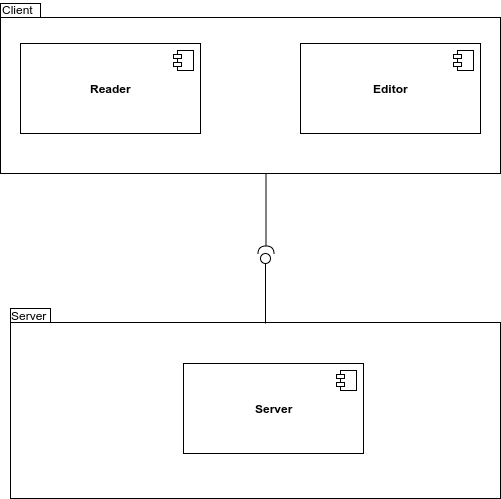
The draw.io diagram exercise1/docs/component-diagram.png in meandor/vs2017, before a commit. Source tidied: cells renumbered, new cells last; positions are measured from the earlier drawing's top-left corner, leaving out a move shared by most shapes. Source of this version:
```xml
<mxGraphModel background="#ffffff">
  <root>
    <mxCell id="0" />
    <mxCell id="1" parent="0" />
    <mxCell id="2" value="package" style="shape=folder;fontStyle=1;spacingTop=10;tabWidth=40;tabHeight=14;tabPosition=left;html=1;" parent="1" vertex="1">
      <mxGeometry x="10" y="308" width="490" height="190" as="geometry" />
    </mxCell>
    <mxCell id="3" style="shape=folder;fontStyle=1;spacingTop=10;tabWidth=40;tabHeight=14;tabPosition=left;html=1;" parent="1" vertex="1">
      <mxGeometry y="3" width="500" height="170" as="geometry" />
    </mxCell>
    <mxCell id="4" value="&lt;b&gt;Reader&lt;/b&gt;" style="html=1;" parent="1" vertex="1">
      <mxGeometry x="20" y="43" width="180" height="90" as="geometry" />
    </mxCell>
    <mxCell id="5" style="shape=component;jettyWidth=8;jettyHeight=4;" parent="4" vertex="1">
      <mxGeometry x="1" width="20" height="20" relative="1" as="geometry">
        <mxPoint x="-27" y="7" as="offset" />
      </mxGeometry>
    </mxCell>
    <mxCell id="6" value="&lt;b&gt;Editor&lt;/b&gt;" style="html=1;" parent="1" vertex="1">
      <mxGeometry x="300" y="43" width="180" height="90" as="geometry" />
    </mxCell>
    <mxCell id="7" style="shape=component;jettyWidth=8;jettyHeight=4;" parent="6" vertex="1">
      <mxGeometry x="1" width="20" height="20" relative="1" as="geometry">
        <mxPoint x="-27" y="7" as="offset" />
      </mxGeometry>
    </mxCell>
    <mxCell id="8" value="&lt;b&gt;Server&lt;/b&gt;" style="html=1;" parent="1" vertex="1">
      <mxGeometry x="183" y="363" width="180" height="90" as="geometry" />
    </mxCell>
    <mxCell id="9" style="shape=component;jettyWidth=8;jettyHeight=4;" parent="8" vertex="1">
      <mxGeometry x="1" width="20" height="20" relative="1" as="geometry">
        <mxPoint x="-27" y="7" as="offset" />
      </mxGeometry>
    </mxCell>
    <mxCell id="10" style="shape=lollipop;direction=south;html=1;rotation=-90;" parent="1" vertex="1">
      <mxGeometry x="230" y="283" width="70" height="10" as="geometry" />
    </mxCell>
    <mxCell id="11" style="shape=requires;direction=north;html=1;rotation=-90;" parent="1" vertex="1">
      <mxGeometry x="223" y="206" width="85" height="20" as="geometry" />
    </mxCell>
    <mxCell id="12" value="Client" style="text;html=1;align=left;verticalAlign=top;spacingTop=-4;" parent="1" vertex="1">
      <mxGeometry width="50" height="20" as="geometry" />
    </mxCell>
    <mxCell id="13" value="Server" style="text;html=1;align=left;verticalAlign=top;spacingTop=-4;" parent="1" vertex="1">
      <mxGeometry x="9" y="306" width="50" height="20" as="geometry" />
    </mxCell>
  </root>
</mxGraphModel>
```
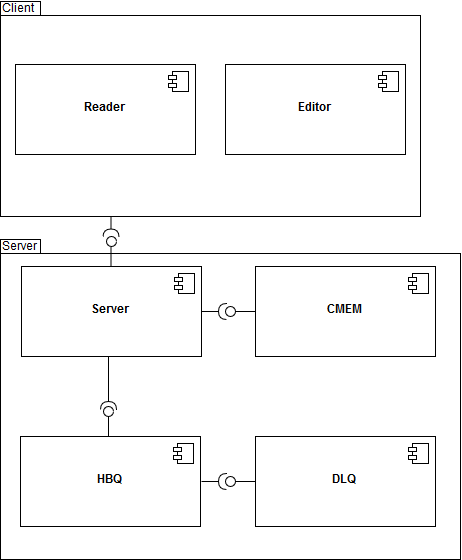
The same file after the commit.

Commit message:
Convert updated component diagram

The edit, as a diff of the source:
```diff
@@ -2,47 +2,89 @@
   <root>
     <mxCell id="0" />
     <mxCell id="1" parent="0" />
+    <mxCell id="14" style="shape=folder;fontStyle=1;spacingTop=10;tabWidth=40;tabHeight=14;tabPosition=left;html=1;" parent="1" vertex="1">
+      <mxGeometry x="-30" y="226" width="460" height="320" as="geometry" />
+    </mxCell>
-    <mxCell id="2" value="package" style="shape=folder;fontStyle=1;spacingTop=10;tabWidth=40;tabHeight=14;tabPosition=left;html=1;" parent="1" vertex="1">
-      <mxGeometry x="10" y="308" width="490" height="190" as="geometry" />
+    <mxCell id="2" style="shape=folder;fontStyle=1;spacingTop=10;tabWidth=40;tabHeight=14;tabPosition=left;html=1;" parent="1" vertex="1">
+      <mxGeometry x="-30" y="-12" width="420" height="215" as="geometry" />
     </mxCell>
+    <mxCell id="15" value="&lt;b&gt;Reader&lt;/b&gt;" style="html=1;" parent="1" vertex="1">
+      <mxGeometry x="-15" y="51" width="180" height="90" as="geometry" />
+    </mxCell>
-    <mxCell id="3" style="shape=folder;fontStyle=1;spacingTop=10;tabWidth=40;tabHeight=14;tabPosition=left;html=1;" parent="1" vertex="1">
-      <mxGeometry y="3" width="500" height="170" as="geometry" />
+    <mxCell id="3" style="shape=component;jettyWidth=8;jettyHeight=4;" parent="15" vertex="1">
+      <mxGeometry x="1" width="20" height="20" relative="1" as="geometry">
+        <mxPoint x="-27" y="7" as="offset" />
+      </mxGeometry>
     </mxCell>
+    <mxCell id="16" value="&lt;b&gt;Editor&lt;/b&gt;" style="html=1;" parent="1" vertex="1">
+      <mxGeometry x="195" y="51" width="180" height="90" as="geometry" />
+    </mxCell>
-    <mxCell id="4" value="&lt;b&gt;Reader&lt;/b&gt;" style="html=1;" parent="1" vertex="1">
-      <mxGeometry x="20" y="43" width="180" height="90" as="geometry" />
+    <mxCell id="4" style="shape=component;jettyWidth=8;jettyHeight=4;" parent="16" vertex="1">
+      <mxGeometry x="1" width="20" height="20" relative="1" as="geometry">
+        <mxPoint x="-27" y="7" as="offset" />
+      </mxGeometry>
     </mxCell>
-    <mxCell id="5" style="shape=component;jettyWidth=8;jettyHeight=4;" parent="4" vertex="1">
-      <mxGeometry x="1" width="20" height="20" relative="1" as="geometry">
-        <mxPoint x="-27" y="7" as="offset" />
-      </mxGeometry>
-    </mxCell>
-    <mxCell id="6" value="&lt;b&gt;Editor&lt;/b&gt;" style="html=1;" parent="1" vertex="1">
-      <mxGeometry x="300" y="43" width="180" height="90" as="geometry" />
-    </mxCell>
-    <mxCell id="7" style="shape=component;jettyWidth=8;jettyHeight=4;" parent="6" vertex="1">
-      <mxGeometry x="1" width="20" height="20" relative="1" as="geometry">
-        <mxPoint x="-27" y="7" as="offset" />
-      </mxGeometry>
+    <mxCell id="7" value="&lt;b&gt;CMEM&lt;/b&gt;" style="html=1;" parent="1" vertex="1">
+      <mxGeometry x="225" y="253" width="180" height="90" as="geometry" />
     </mxCell>
-    <mxCell id="8" value="&lt;b&gt;Server&lt;/b&gt;" style="html=1;" parent="1" vertex="1">
-      <mxGeometry x="183" y="363" width="180" height="90" as="geometry" />
+    <mxCell id="8" style="shape=component;jettyWidth=8;jettyHeight=4;" parent="7" vertex="1">
+      <mxGeometry x="1" width="20" height="20" relative="1" as="geometry">
+        <mxPoint x="-27" y="7" as="offset" />
+      </mxGeometry>
     </mxCell>
-    <mxCell id="9" style="shape=component;jettyWidth=8;jettyHeight=4;" parent="8" vertex="1">
-      <mxGeometry x="1" width="20" height="20" relative="1" as="geometry">
-        <mxPoint x="-27" y="7" as="offset" />
-      </mxGeometry>
+    <mxCell id="9" value="&lt;b&gt;HBQ&lt;/b&gt;" style="html=1;" parent="1" vertex="1">
+      <mxGeometry x="-10" y="423" width="180" height="90" as="geometry" />
     </mxCell>
+    <mxCell id="17" style="shape=component;jettyWidth=8;jettyHeight=4;" parent="9" vertex="1">
+      <mxGeometry x="1" width="20" height="20" relative="1" as="geometry">
+        <mxPoint x="-27" y="7" as="offset" />
+      </mxGeometry>
+    </mxCell>
+    <mxCell id="18" value="&lt;b&gt;DLQ&lt;/b&gt;" style="html=1;" parent="1" vertex="1">
+      <mxGeometry x="225" y="423" width="180" height="90" as="geometry" />
+    </mxCell>
+    <mxCell id="19" style="shape=component;jettyWidth=8;jettyHeight=4;" parent="18" vertex="1">
+      <mxGeometry x="1" width="20" height="20" relative="1" as="geometry">
+        <mxPoint x="-27" y="7" as="offset" />
+      </mxGeometry>
+    </mxCell>
+    <mxCell id="20" style="shape=lollipop;direction=south;html=1;rotation=-90;" parent="1" vertex="1">
+      <mxGeometry x="63" y="236" width="35" height="10" as="geometry" />
+    </mxCell>
-    <mxCell id="10" style="shape=lollipop;direction=south;html=1;rotation=-90;" parent="1" vertex="1">
-      <mxGeometry x="230" y="283" width="70" height="10" as="geometry" />
+    <mxCell id="10" style="shape=requires;direction=north;html=1;rotation=-90;" parent="1" vertex="1">
+      <mxGeometry x="68" y="206" width="25" height="20" as="geometry" />
     </mxCell>
-    <mxCell id="11" style="shape=requires;direction=north;html=1;rotation=-90;" parent="1" vertex="1">
-      <mxGeometry x="223" y="206" width="85" height="20" as="geometry" />
-    </mxCell>
+    <mxCell id="5" value="&lt;b&gt;Server&lt;/b&gt;" style="html=1;" parent="1" vertex="1">
+      <mxGeometry x="-9" y="253" width="180" height="90" as="geometry" />
+    </mxCell>
+    <mxCell id="6" style="shape=component;jettyWidth=8;jettyHeight=4;" parent="5" vertex="1">
+      <mxGeometry x="1" width="20" height="20" relative="1" as="geometry">
+        <mxPoint x="-27" y="7" as="offset" />
+      </mxGeometry>
+    </mxCell>
-    <mxCell id="12" value="Client" style="text;html=1;align=left;verticalAlign=top;spacingTop=-4;" parent="1" vertex="1">
-      <mxGeometry width="50" height="20" as="geometry" />
+    <mxCell id="12" style="shape=lollipop;direction=south;html=1;rotation=-90;" parent="1" vertex="1">
+      <mxGeometry x="63" y="403" width="30" height="10" as="geometry" />
     </mxCell>
-    <mxCell id="13" value="Server" style="text;html=1;align=left;verticalAlign=top;spacingTop=-4;" parent="1" vertex="1">
-      <mxGeometry x="9" y="306" width="50" height="20" as="geometry" />
+    <mxCell id="13" style="shape=lollipop;direction=south;html=1;rotation=180;" parent="1" vertex="1">
+      <mxGeometry x="195" y="463" width="30" height="10" as="geometry" />
     </mxCell>
+    <mxCell id="21" style="shape=requires;direction=north;html=1;rotation=-180;" parent="1" vertex="1">
+      <mxGeometry x="171" y="458" width="30" height="20" as="geometry" />
+    </mxCell>
+    <mxCell id="22" style="shape=requires;direction=north;html=1;rotation=-90;" parent="1" vertex="1">
+      <mxGeometry x="49" y="362" width="58" height="20" as="geometry" />
+    </mxCell>
+    <mxCell id="23" style="shape=lollipop;direction=south;html=1;rotation=180;" parent="1" vertex="1">
+      <mxGeometry x="195" y="293" width="30" height="10" as="geometry" />
+    </mxCell>
+    <mxCell id="24" style="shape=requires;direction=north;html=1;rotation=-180;" parent="1" vertex="1">
+      <mxGeometry x="171" y="288" width="30" height="20" as="geometry" />
+    </mxCell>
+    <mxCell id="25" value="Client" style="text;html=1;align=left;verticalAlign=top;spacingTop=-4;" parent="1" vertex="1">
+      <mxGeometry x="-30" y="-13" width="50" height="20" as="geometry" />
+    </mxCell>
+    <mxCell id="26" value="Server" style="text;html=1;align=left;verticalAlign=top;spacingTop=-4;" parent="1" vertex="1">
+      <mxGeometry x="-30" y="225" width="50" height="20" as="geometry" />
+    </mxCell>
   </root>
 </mxGraphModel>
```
